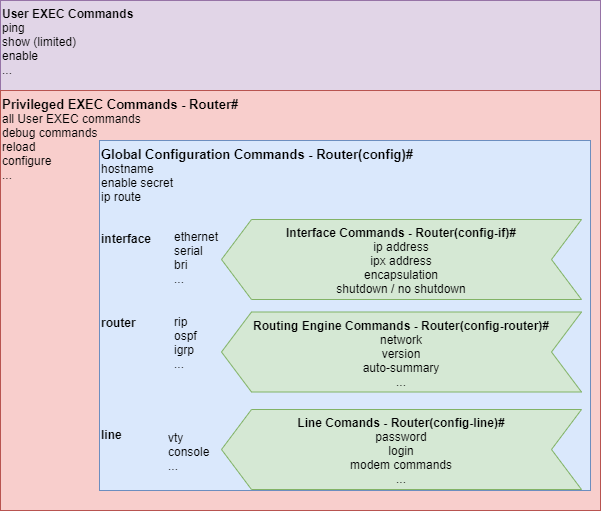
YlloNieR/CheatSheets-lib-pdf-pub keeps this draw.io diagram as img - cisco modes.png. Above is the earlier version. Source tidied: cells renumbered, new cells last; positions are measured from the earlier drawing's top-left corner, leaving out a move shared by most shapes.
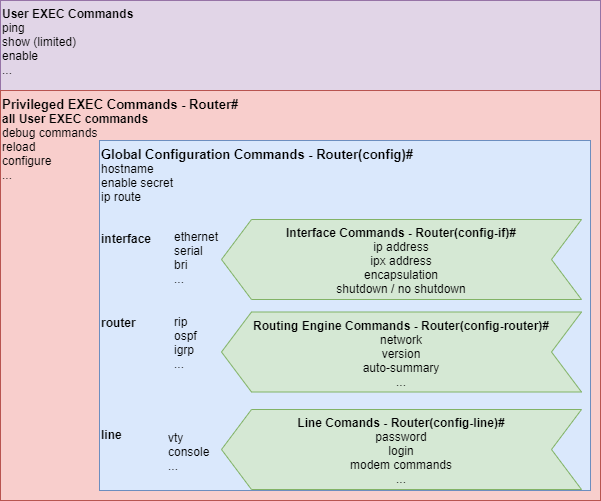
The same diagram one commit later.

Change to the diagram source:
```diff
@@ -5,8 +5,8 @@
     <mxCell id="2" value="&lt;b&gt;User EXEC Commands&amp;nbsp;&lt;br&gt;&lt;/b&gt;ping&lt;br&gt;show (limited)&lt;br&gt;enable&lt;br&gt;..." style="rounded=0;whiteSpace=wrap;html=1;fillColor=#e1d5e7;strokeColor=#9673a6;align=left;verticalAlign=top;" parent="1" vertex="1">
       <mxGeometry width="600" height="90" as="geometry" />
     </mxCell>
-    <mxCell id="3" value="&lt;b style=&quot;font-size: 13px&quot;&gt;Privileged EXEC Commands - Router#&lt;br&gt;&lt;/b&gt;all User EXEC commands&lt;br&gt;debug commands&lt;br&gt;reload&lt;br&gt;configure&lt;br&gt;..." style="rounded=0;whiteSpace=wrap;html=1;fillColor=#f8cecc;strokeColor=#b85450;align=left;verticalAlign=top;" parent="1" vertex="1">
-      <mxGeometry y="90" width="600" height="420" as="geometry" />
+    <mxCell id="3" value="&lt;b style=&quot;font-size: 13px&quot;&gt;Privileged EXEC Commands - Router#&lt;br&gt;&lt;/b&gt;&lt;b&gt;all User EXEC commands&lt;br&gt;&lt;/b&gt;debug commands&lt;br&gt;reload&lt;br&gt;configure&lt;br&gt;..." style="rounded=0;whiteSpace=wrap;html=1;fillColor=#f8cecc;strokeColor=#b85450;align=left;verticalAlign=top;" parent="1" vertex="1">
+      <mxGeometry y="90" width="600" height="410" as="geometry" />
     </mxCell>
     <mxCell id="4" value="&lt;b style=&quot;font-size: 13px&quot;&gt;Global Configuration Commands - Router(config)#&lt;br&gt;&lt;/b&gt;hostname&lt;br&gt;enable secret&lt;br&gt;ip route&lt;br&gt;&lt;br&gt;&lt;br&gt;&lt;b&gt;interface&lt;/b&gt;&lt;br&gt;&lt;br&gt;&lt;br&gt;&lt;br&gt;&lt;br&gt;&lt;br&gt;&lt;b&gt;router&lt;/b&gt;&lt;br&gt;&lt;br&gt;&lt;br&gt;&lt;br&gt;&lt;br&gt;&lt;br&gt;&lt;br&gt;&lt;br&gt;&lt;b&gt;line&lt;/b&gt;" style="rounded=0;whiteSpace=wrap;html=1;fillColor=#dae8fc;strokeColor=#6c8ebf;align=left;verticalAlign=top;" parent="1" vertex="1">
       <mxGeometry x="99" y="140" width="491" height="350" as="geometry" />
```
